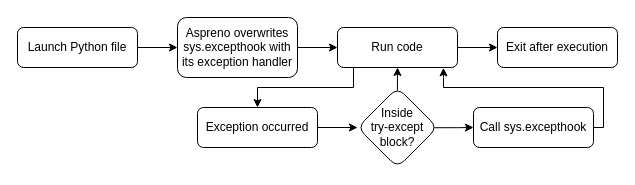
Earlier version of the draw.io diagram page "Global representation" (1 of 3) of Aspreno handler flow.drawio (madebylydia/draw.io). Source tidied: cells renumbered, new cells numbered last; positions are measured from the earlier drawing's top-left corner, leaving out a move shared by most shapes. Both pictures are drawn from the tidied source at 100%, with x=0, y=0 at pixel (17, 17).
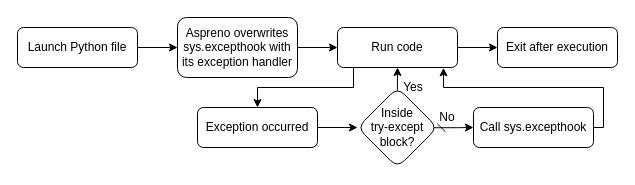
After the change.

Commit message:
feat: aspreno global handler

The change refers to these unchanged cells:
```xml
<mxCell id="14" value="Inside&lt;br&gt;try-except&lt;br&gt;block?" style="rhombus;whiteSpace=wrap;html=1;rounded=1;" parent="1" vertex="1">
  <mxGeometry x="340" y="70" width="80" height="80" as="geometry" />
</mxCell>
<mxCell id="16" value="Call sys.excepthook" style="whiteSpace=wrap;html=1;rounded=1;" parent="1" vertex="1">
  <mxGeometry x="456" y="90" width="120" height="40" as="geometry" />
</mxCell>
```

Diff of the diagram source:
```diff
@@
-    <mxCell id="13" style="edgeStyle=orthogonalEdgeStyle;rounded=0;jettySize=auto;html=1;exitX=0.948;exitY=0.503;exitDx=0;exitDy=0;exitPerimeter=0;entryX=0;entryY=0.5;entryDx=0;entryDy=0;" parent="1" edge="1" source="14" target="16">
+    <mxCell id="13" style="edgeStyle=orthogonalEdgeStyle;rounded=0;jettySize=auto;html=1;exitX=0.948;exitY=0.503;exitDx=0;exitDy=0;exitPerimeter=0;entryX=0;entryY=0.5;entryDx=0;entryDy=0;startArrow=dash;startFill=0;" parent="1" edge="1" source="14" target="16">
       <mxGeometry relative="1" as="geometry" />
     </mxCell>
@@
+    <mxCell id="17" value="Yes" style="text;html=1;strokeColor=none;fillColor=none;align=center;verticalAlign=middle;whiteSpace=wrap;rounded=0;" parent="1" vertex="1">
+      <mxGeometry x="386" y="60" width="20" height="20" as="geometry" />
+    </mxCell>
+    <mxCell id="18" value="No" style="text;html=1;strokeColor=none;fillColor=none;align=center;verticalAlign=middle;whiteSpace=wrap;rounded=0;" parent="1" vertex="1">
+      <mxGeometry x="420" y="90" width="20" height="20" as="geometry" />
+    </mxCell>
```
